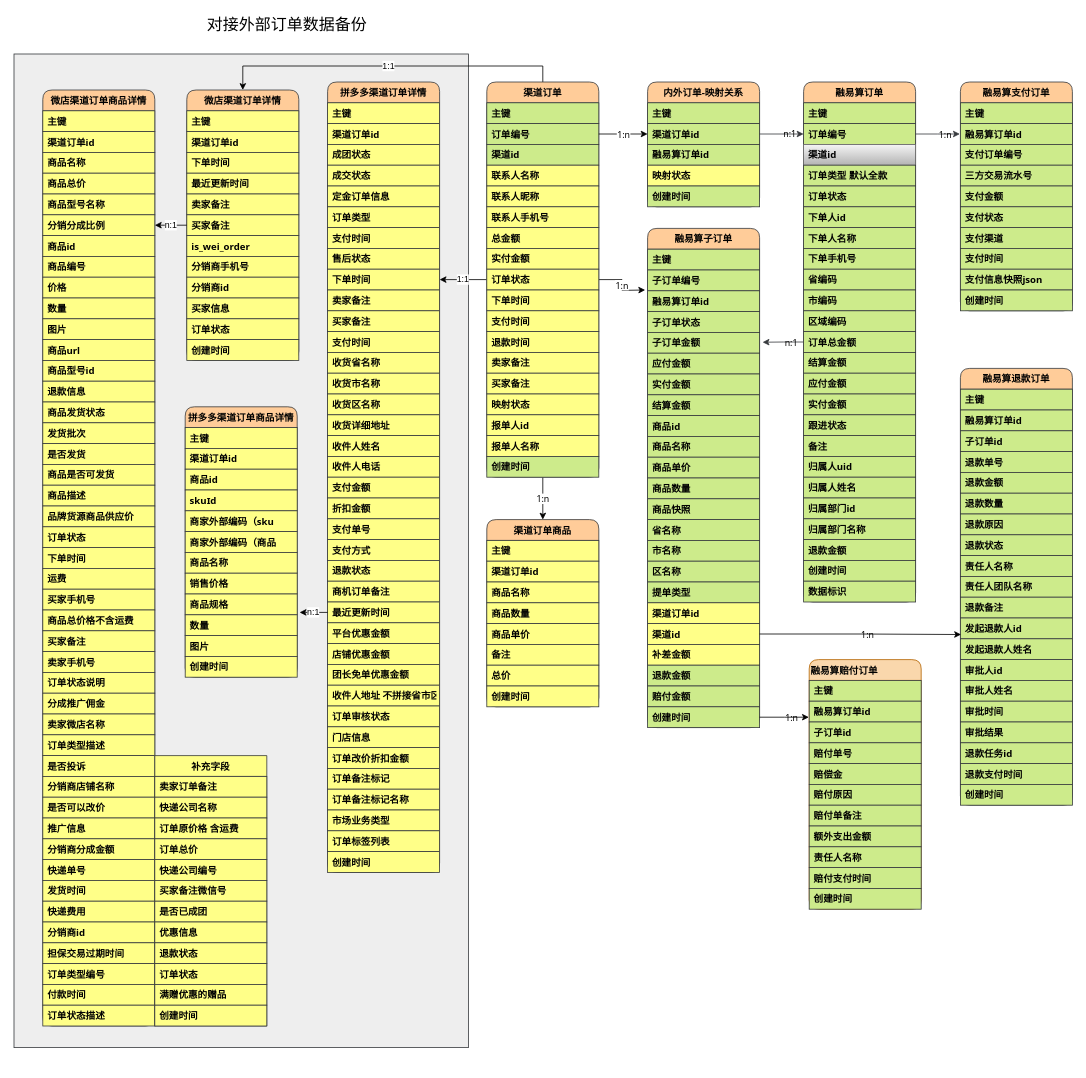
Earlier version of the draw.io diagram 渠道订单DB.drawio (zhaoershuang/flow-chart). Source tidied: cells renumbered, new cells numbered last; positions are measured from the earlier drawing's top-left corner, leaving out a move shared by most shapes. Both pictures are drawn from the tidied source at 80%, with x=0, y=0 at pixel (14, 14).
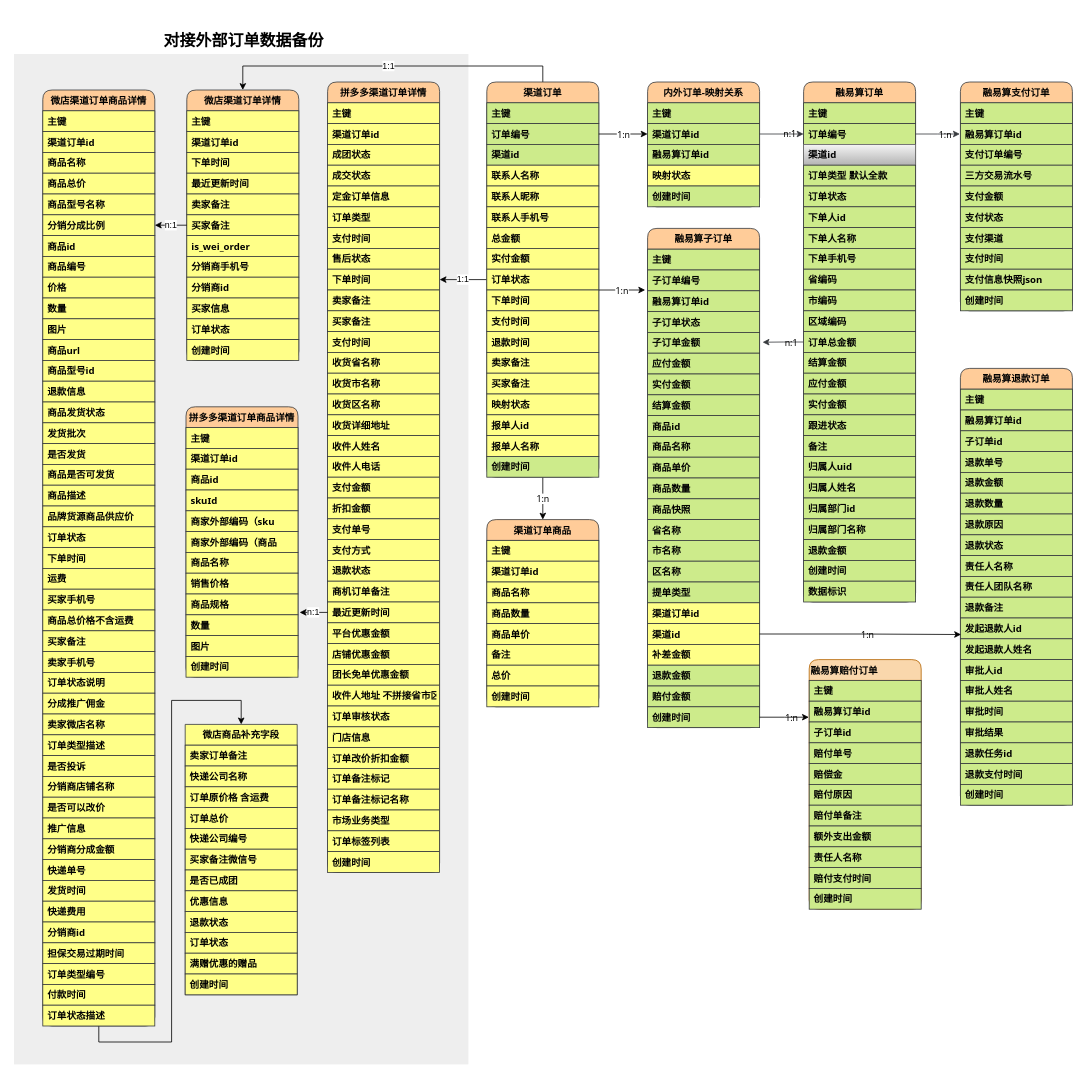
The same page after the edit.

Commit message (it also covers changes not shown here):
更新渠道订单DB.drawio

The change refers to these unchanged cells:
```xml
<mxCell id="7" value="渠道订单" style="swimlane;fontStyle=1;horizontal=1;startSize=26;rounded=1;sketch=0;swimlaneFillColor=none;fontFamily=Tahoma;fillColor=#ffcc99;strokeColor=#36393d;" parent="1" vertex="1">
  <mxGeometry x="591" y="84" width="140" height="494" as="geometry" />
</mxCell>
<mxCell id="205" value="微店渠道订单商品详情" style="swimlane;fontStyle=1;horizontal=1;startSize=26;rounded=1;sketch=0;swimlaneFillColor=none;fontFamily=Tahoma;fillColor=#ffcc99;strokeColor=#36393d;" parent="1" vertex="1">
  <mxGeometry x="36" y="94" width="140" height="1170" as="geometry" />
</mxCell>
```

Diff of the diagram source:
```diff
@@
-    <mxCell id="2" style="rounded=0;whiteSpace=wrap;html=1;fillColor=#eeeeee;strokeColor=#36393d;" parent="1" vertex="1">
-      <mxGeometry y="49" width="568" height="1242" as="geometry" />
+    <mxCell id="2" style="rounded=0;whiteSpace=wrap;html=1;fillColor=#eeeeee;strokeColor=none;" parent="1" vertex="1">
+      <mxGeometry y="49" width="568" height="1263" as="geometry" />
     </mxCell>
     <mxCell id="3" value="1:n" style="edgeStyle=orthogonalEdgeStyle;rounded=0;jettySize=auto;html=1;fontFamily=Tahoma;" parent="1" edge="1" source="7">
       <mxGeometry relative="1" as="geometry">
         <mxPoint x="789" y="344" as="targetPoint" />
+        <Array as="points">
+          <mxPoint x="745" y="344" />
+          <mxPoint x="745" y="344" />
+        </Array>
       </mxGeometry>
     </mxCell>
@@
-    <mxCell id="191" value="&lt;font style=&quot;font-size: 20px&quot;&gt;对接外部订单数据备份&lt;/font&gt;" style="text;html=1;align=center;verticalAlign=middle;" parent="1" vertex="1">
-      <mxGeometry x="236" width="210" height="21" as="geometry" />
+    <mxCell id="191" value="&lt;font style=&quot;font-size: 20px&quot;&gt;&lt;b&gt;对接外部订单数据备份&lt;/b&gt;&lt;/font&gt;" style="text;html=1;align=center;verticalAlign=middle;" parent="1" vertex="1">
+      <mxGeometry x="182" y="20" width="210" height="21" as="geometry" />
     </mxCell>
     <mxCell id="192" value="拼多多渠道订单商品详情" style="swimlane;fontStyle=1;horizontal=1;startSize=26;rounded=1;sketch=0;swimlaneFillColor=none;fontFamily=Tahoma;fillColor=#ffcc99;strokeColor=#36393d;" parent="1" vertex="1">
-      <mxGeometry x="214" y="490" width="140" height="338" as="geometry" />
+      <mxGeometry x="215" y="490" width="140" height="338" as="geometry" />
     </mxCell>
@@
+    <mxCell id="265" style="edgeStyle=orthogonalEdgeStyle;rounded=0;jettySize=auto;html=1;entryX=0.5;entryY=0;entryDx=0;entryDy=0;" parent="1" edge="1" source="205" target="250">
+      <mxGeometry relative="1" as="geometry">
+        <Array as="points">
+          <mxPoint x="106" y="1284" />
+          <mxPoint x="197" y="1284" />
+          <mxPoint x="197" y="857" />
+          <mxPoint x="284" y="857" />
+        </Array>
+      </mxGeometry>
+    </mxCell>
@@
-    <mxCell id="250" value="补充字段" style="swimlane;fontStyle=1;horizontal=1;startSize=26;rounded=0;sketch=0;swimlaneFillColor=none;fontFamily=Tahoma;fillColor=#ffff88;strokeColor=#36393d;" parent="1" vertex="1">
-      <mxGeometry x="176" y="926" width="140" height="338" as="geometry" />
+    <mxCell id="250" value="微店商品补充字段" style="swimlane;fontStyle=1;horizontal=1;startSize=26;rounded=0;sketch=0;swimlaneFillColor=none;fontFamily=Tahoma;fillColor=#ffff88;strokeColor=#36393d;" parent="1" vertex="1">
+      <mxGeometry x="214" y="887" width="140" height="338" as="geometry" />
     </mxCell>
```
